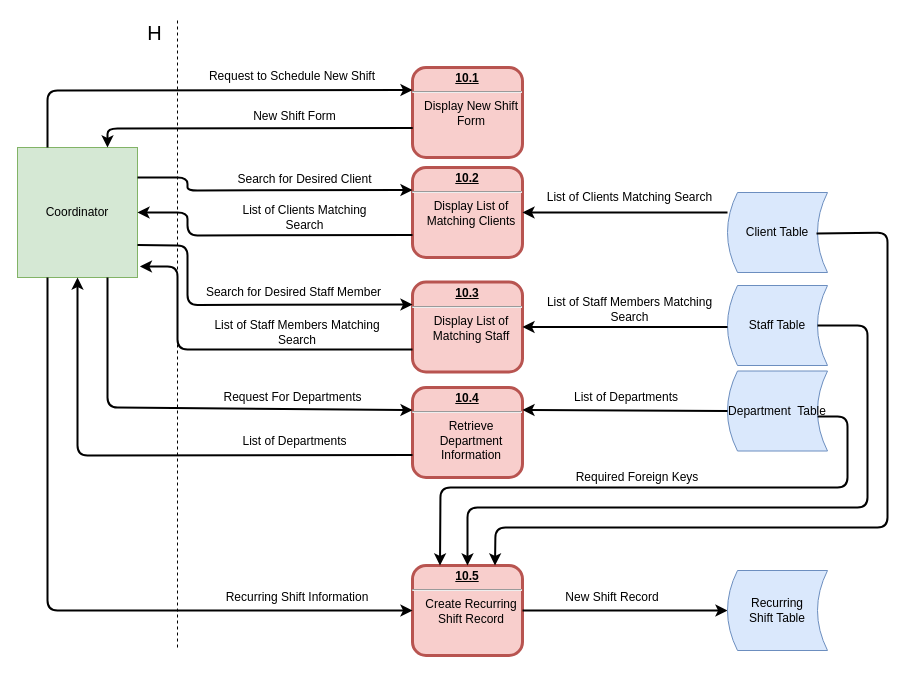
The draw.io diagram page "10: Create Recurring Shift" (11 of 14) of Diagrams/DFD/Level 1 DFDs.drawio in Harlento/SchedulingSystem, before the edit. Source tidied: cells renumbered, new cells numbered last; positions are measured from the earlier drawing's top-left corner, leaving out a move shared by most shapes. Both pictures are drawn from the tidied source at 100%, with x=0, y=0 at pixel (17, 17).
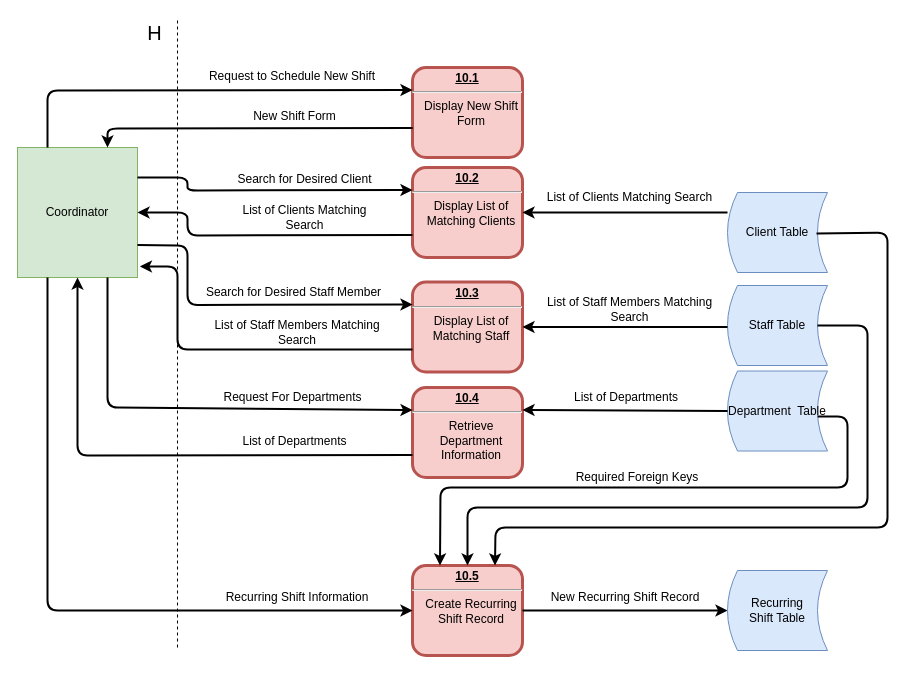
The same page after the edit.

What changed in the source:
```diff
@@
-    <mxCell id="19" value="New Shift Record" style="text;html=1;strokeColor=none;fillColor=none;align=center;verticalAlign=middle;whiteSpace=wrap;rounded=0;" parent="1" vertex="1">
-      <mxGeometry x="516" y="570" width="157.5" height="20" as="geometry" />
+    <mxCell id="19" value="New Recurring Shift Record" style="text;html=1;strokeColor=none;fillColor=none;align=center;verticalAlign=middle;whiteSpace=wrap;rounded=0;" parent="1" vertex="1">
+      <mxGeometry x="528.8" y="570" width="157.5" height="20" as="geometry" />
     </mxCell>
```
